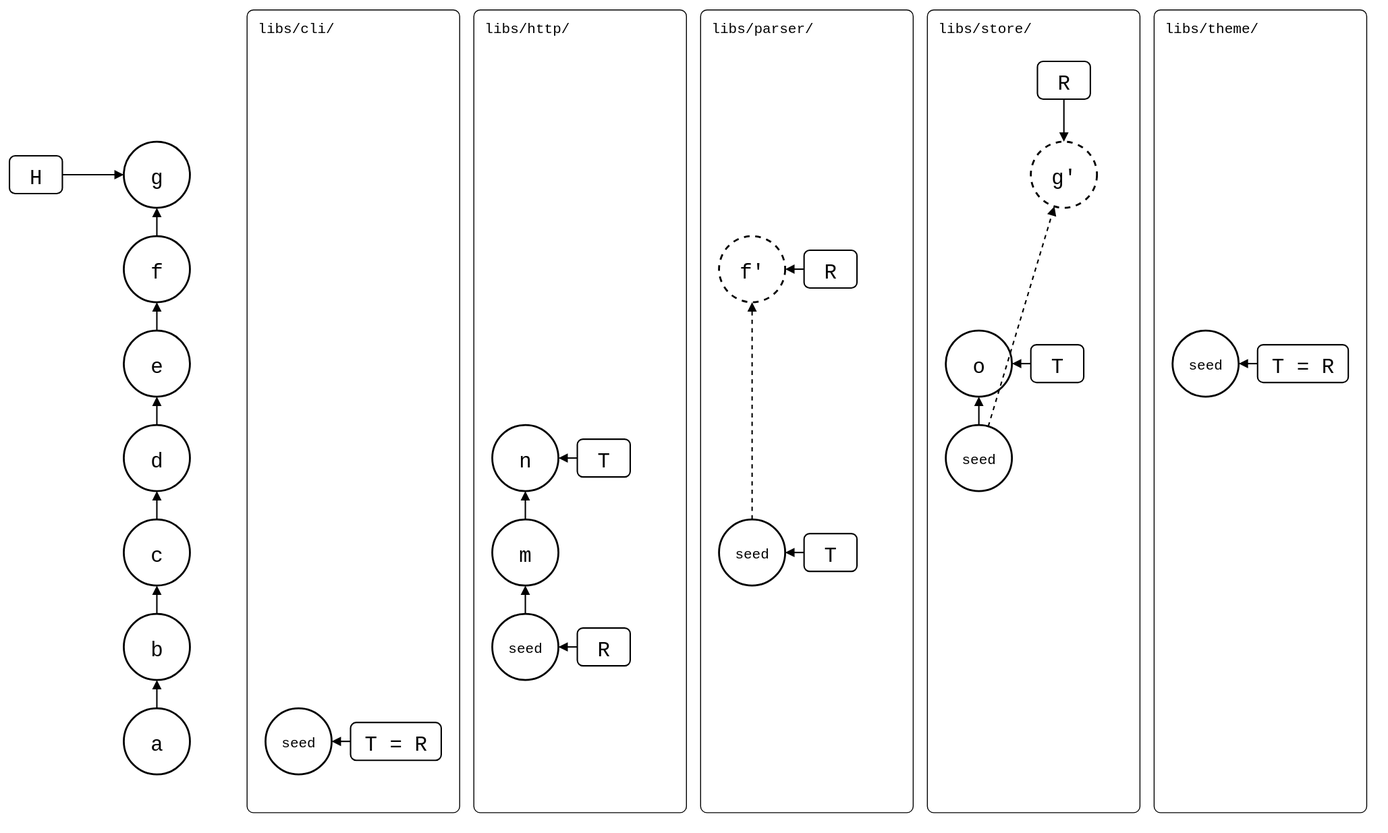
Before: test/scenarios/01-everyday-sync/03-many-splices/many-splices.drawio.svg, a diagram exported from draw.io (roschaefer/git-splice). Source tidied: cells renumbered, new cells last; positions are measured from the earlier drawing's top-left corner, leaving out a move shared by most shapes. Its diagram source:
```xml
<mxGraphModel background="#ffffff">
  <root>
    <mxCell id="0" />
    <mxCell id="1" parent="0" />
    <mxCell id="2" value="libs/cli/" style="rounded=1;arcSize=3;fillColor=none;strokeWidth=1;fontSize=15;verticalAlign=top;align=left;spacingLeft=10;spacingTop=4;fontFamily=Roboto Mono,monospace;" parent="1" vertex="1">
      <mxGeometry x="251" width="225" height="850" as="geometry" />
    </mxCell>
    <mxCell id="3" value="libs/http/" style="rounded=1;arcSize=3;fillColor=none;strokeWidth=1;fontSize=15;verticalAlign=top;align=left;spacingLeft=10;spacingTop=4;fontFamily=Roboto Mono,monospace;" parent="1" vertex="1">
      <mxGeometry x="491" width="225" height="850" as="geometry" />
    </mxCell>
    <mxCell id="4" value="libs/parser/" style="rounded=1;arcSize=3;fillColor=none;strokeWidth=1;fontSize=15;verticalAlign=top;align=left;spacingLeft=10;spacingTop=4;fontFamily=Roboto Mono,monospace;" parent="1" vertex="1">
      <mxGeometry x="731" width="225" height="850" as="geometry" />
    </mxCell>
    <mxCell id="5" value="libs/store/" style="rounded=1;arcSize=3;fillColor=none;strokeWidth=1;fontSize=15;verticalAlign=top;align=left;spacingLeft=10;spacingTop=4;fontFamily=Roboto Mono,monospace;" parent="1" vertex="1">
      <mxGeometry x="971" width="225" height="850" as="geometry" />
    </mxCell>
    <mxCell id="6" value="libs/theme/" style="rounded=1;arcSize=3;fillColor=none;strokeWidth=1;fontSize=15;verticalAlign=top;align=left;spacingLeft=10;spacingTop=4;fontFamily=Roboto Mono,monospace;" parent="1" vertex="1">
      <mxGeometry x="1211" width="225" height="850" as="geometry" />
    </mxCell>
    <mxCell id="7" value="a" style="ellipse;strokeWidth=2;fontSize=22;fontFamily=Roboto Mono,monospace;" parent="1" vertex="1">
      <mxGeometry x="121" y="740" width="70" height="70" as="geometry" />
    </mxCell>
    <mxCell id="8" value="b" style="ellipse;strokeWidth=2;fontSize=22;fontFamily=Roboto Mono,monospace;" parent="1" vertex="1">
      <mxGeometry x="121" y="640" width="70" height="70" as="geometry" />
    </mxCell>
    <mxCell id="9" value="c" style="ellipse;strokeWidth=2;fontSize=22;fontFamily=Roboto Mono,monospace;" parent="1" vertex="1">
      <mxGeometry x="121" y="540" width="70" height="70" as="geometry" />
    </mxCell>
    <mxCell id="10" value="d" style="ellipse;strokeWidth=2;fontSize=22;fontFamily=Roboto Mono,monospace;" parent="1" vertex="1">
      <mxGeometry x="121" y="440" width="70" height="70" as="geometry" />
    </mxCell>
    <mxCell id="11" value="e" style="ellipse;strokeWidth=2;fontSize=22;fontFamily=Roboto Mono,monospace;" parent="1" vertex="1">
      <mxGeometry x="121" y="340" width="70" height="70" as="geometry" />
    </mxCell>
    <mxCell id="12" value="f" style="ellipse;strokeWidth=2;fontSize=22;fontFamily=Roboto Mono,monospace;" parent="1" vertex="1">
      <mxGeometry x="121" y="240" width="70" height="70" as="geometry" />
    </mxCell>
    <mxCell id="13" value="g" style="ellipse;strokeWidth=2;fontSize=22;fontFamily=Roboto Mono,monospace;" parent="1" vertex="1">
      <mxGeometry x="121" y="140" width="70" height="70" as="geometry" />
    </mxCell>
    <mxCell id="14" value="H" style="rounded=1;strokeWidth=1.5;fontSize=22;fontFamily=Roboto Mono,monospace;" parent="1" vertex="1">
      <mxGeometry y="155" width="56" height="40" as="geometry" />
    </mxCell>
    <mxCell id="15" value="seed" style="ellipse;strokeWidth=2;fontSize=15;fontFamily=Roboto Mono,monospace;" parent="1" vertex="1">
      <mxGeometry x="271" y="740" width="70" height="70" as="geometry" />
    </mxCell>
    <mxCell id="16" value="T = R" style="rounded=1;strokeWidth=1.5;fontSize=22;fontFamily=Roboto Mono,monospace;" parent="1" vertex="1">
      <mxGeometry x="361" y="755" width="96" height="40" as="geometry" />
    </mxCell>
    <mxCell id="17" value="seed" style="ellipse;strokeWidth=2;fontSize=15;fontFamily=Roboto Mono,monospace;" parent="1" vertex="1">
      <mxGeometry x="511" y="640" width="70" height="70" as="geometry" />
    </mxCell>
    <mxCell id="18" value="m" style="ellipse;strokeWidth=2;fontSize=22;fontFamily=Roboto Mono,monospace;" parent="1" vertex="1">
      <mxGeometry x="511" y="540" width="70" height="70" as="geometry" />
    </mxCell>
    <mxCell id="19" value="n" style="ellipse;strokeWidth=2;fontSize=22;fontFamily=Roboto Mono,monospace;" parent="1" vertex="1">
      <mxGeometry x="511" y="440" width="70" height="70" as="geometry" />
    </mxCell>
    <mxCell id="20" value="R" style="rounded=1;strokeWidth=1.5;fontSize=22;fontFamily=Roboto Mono,monospace;" parent="1" vertex="1">
      <mxGeometry x="601" y="655" width="56" height="40" as="geometry" />
    </mxCell>
    <mxCell id="21" value="T" style="rounded=1;strokeWidth=1.5;fontSize=22;fontFamily=Roboto Mono,monospace;" parent="1" vertex="1">
      <mxGeometry x="601" y="455" width="56" height="40" as="geometry" />
    </mxCell>
    <mxCell id="22" value="seed" style="ellipse;strokeWidth=2;fontSize=15;fontFamily=Roboto Mono,monospace;" parent="1" vertex="1">
      <mxGeometry x="751" y="540" width="70" height="70" as="geometry" />
    </mxCell>
    <mxCell id="23" value="f'" style="ellipse;strokeWidth=2;fontSize=22;fontFamily=Roboto Mono,monospace;dashed=1;" parent="1" vertex="1">
      <mxGeometry x="751" y="240" width="70" height="70" as="geometry" />
    </mxCell>
    <mxCell id="24" value="T" style="rounded=1;strokeWidth=1.5;fontSize=22;fontFamily=Roboto Mono,monospace;" parent="1" vertex="1">
      <mxGeometry x="841" y="555" width="56" height="40" as="geometry" />
    </mxCell>
    <mxCell id="25" value="R" style="rounded=1;strokeWidth=1.5;fontSize=22;fontFamily=Roboto Mono,monospace;" parent="1" vertex="1">
      <mxGeometry x="841" y="255" width="56" height="40" as="geometry" />
    </mxCell>
    <mxCell id="26" value="seed" style="ellipse;strokeWidth=2;fontSize=15;fontFamily=Roboto Mono,monospace;" parent="1" vertex="1">
      <mxGeometry x="991" y="440" width="70" height="70" as="geometry" />
    </mxCell>
    <mxCell id="27" value="o" style="ellipse;strokeWidth=2;fontSize=22;fontFamily=Roboto Mono,monospace;" parent="1" vertex="1">
      <mxGeometry x="991" y="340" width="70" height="70" as="geometry" />
    </mxCell>
    <mxCell id="28" value="g'" style="ellipse;strokeWidth=2;fontSize=22;fontFamily=Roboto Mono,monospace;dashed=1;" parent="1" vertex="1">
      <mxGeometry x="1081" y="140" width="70" height="70" as="geometry" />
    </mxCell>
    <mxCell id="29" value="T" style="rounded=1;strokeWidth=1.5;fontSize=22;fontFamily=Roboto Mono,monospace;" parent="1" vertex="1">
      <mxGeometry x="1081" y="355" width="56" height="40" as="geometry" />
    </mxCell>
    <mxCell id="30" value="R" style="rounded=1;strokeWidth=1.5;fontSize=22;fontFamily=Roboto Mono,monospace;" parent="1" vertex="1">
      <mxGeometry x="1088" y="55" width="56" height="40" as="geometry" />
    </mxCell>
    <mxCell id="31" value="seed" style="ellipse;strokeWidth=2;fontSize=15;fontFamily=Roboto Mono,monospace;" parent="1" vertex="1">
      <mxGeometry x="1231" y="340" width="70" height="70" as="geometry" />
    </mxCell>
    <mxCell id="32" value="T = R" style="rounded=1;strokeWidth=1.5;fontSize=22;fontFamily=Roboto Mono,monospace;" parent="1" vertex="1">
      <mxGeometry x="1321" y="355" width="96" height="40" as="geometry" />
    </mxCell>
    <mxCell id="33" style="endArrow=block;endFill=1;html=1;strokeWidth=1.5;rounded=0;" parent="1" edge="1" source="7" target="8">
      <mxGeometry relative="1" as="geometry" />
    </mxCell>
    <mxCell id="34" style="endArrow=block;endFill=1;html=1;strokeWidth=1.5;rounded=0;" parent="1" edge="1" source="8" target="9">
      <mxGeometry relative="1" as="geometry" />
    </mxCell>
    <mxCell id="35" style="endArrow=block;endFill=1;html=1;strokeWidth=1.5;rounded=0;" parent="1" edge="1" source="9" target="10">
      <mxGeometry relative="1" as="geometry" />
    </mxCell>
    <mxCell id="36" style="endArrow=block;endFill=1;html=1;strokeWidth=1.5;rounded=0;" parent="1" edge="1" source="10" target="11">
      <mxGeometry relative="1" as="geometry" />
    </mxCell>
    <mxCell id="37" style="endArrow=block;endFill=1;html=1;strokeWidth=1.5;rounded=0;" parent="1" edge="1" source="11" target="12">
      <mxGeometry relative="1" as="geometry" />
    </mxCell>
    <mxCell id="38" style="endArrow=block;endFill=1;html=1;strokeWidth=1.5;rounded=0;" parent="1" edge="1" source="12" target="13">
      <mxGeometry relative="1" as="geometry" />
    </mxCell>
    <mxCell id="39" style="endArrow=block;endFill=1;html=1;strokeWidth=1.5;rounded=0;" parent="1" edge="1" source="14" target="13">
      <mxGeometry relative="1" as="geometry" />
    </mxCell>
    <mxCell id="40" style="endArrow=block;endFill=1;html=1;strokeWidth=1.5;rounded=0;" parent="1" edge="1" source="16" target="15">
      <mxGeometry relative="1" as="geometry" />
    </mxCell>
    <mxCell id="41" style="endArrow=block;endFill=1;html=1;strokeWidth=1.5;rounded=0;" parent="1" edge="1" source="17" target="18">
      <mxGeometry relative="1" as="geometry" />
    </mxCell>
    <mxCell id="42" style="endArrow=block;endFill=1;html=1;strokeWidth=1.5;rounded=0;" parent="1" edge="1" source="18" target="19">
      <mxGeometry relative="1" as="geometry" />
    </mxCell>
    <mxCell id="43" style="endArrow=block;endFill=1;html=1;strokeWidth=1.5;rounded=0;" parent="1" edge="1" source="20" target="17">
      <mxGeometry relative="1" as="geometry" />
    </mxCell>
    <mxCell id="44" style="endArrow=block;endFill=1;html=1;strokeWidth=1.5;rounded=0;" parent="1" edge="1" source="21" target="19">
      <mxGeometry relative="1" as="geometry" />
    </mxCell>
    <mxCell id="45" style="endArrow=block;endFill=1;html=1;strokeWidth=1.5;rounded=0;dashed=1;" parent="1" edge="1" source="22" target="23">
      <mxGeometry relative="1" as="geometry" />
    </mxCell>
    <mxCell id="46" style="endArrow=block;endFill=1;html=1;strokeWidth=1.5;rounded=0;" parent="1" edge="1" source="24" target="22">
      <mxGeometry relative="1" as="geometry" />
    </mxCell>
    <mxCell id="47" style="endArrow=block;endFill=1;html=1;strokeWidth=1.5;rounded=0;" parent="1" edge="1" source="25" target="23">
      <mxGeometry relative="1" as="geometry" />
    </mxCell>
    <mxCell id="48" style="endArrow=block;endFill=1;html=1;strokeWidth=1.5;rounded=0;" parent="1" edge="1" source="26" target="27">
      <mxGeometry relative="1" as="geometry" />
    </mxCell>
    <mxCell id="49" style="endArrow=block;endFill=1;html=1;strokeWidth=1.5;rounded=0;dashed=1;" parent="1" edge="1" source="26" target="28">
      <mxGeometry relative="1" as="geometry" />
    </mxCell>
    <mxCell id="50" style="endArrow=block;endFill=1;html=1;strokeWidth=1.5;rounded=0;" parent="1" edge="1" source="29" target="27">
      <mxGeometry relative="1" as="geometry" />
    </mxCell>
    <mxCell id="51" style="endArrow=block;endFill=1;html=1;strokeWidth=1.5;rounded=0;" parent="1" edge="1" source="30" target="28">
      <mxGeometry relative="1" as="geometry" />
    </mxCell>
    <mxCell id="52" style="endArrow=block;endFill=1;html=1;strokeWidth=1.5;rounded=0;" parent="1" edge="1" source="32" target="31">
      <mxGeometry relative="1" as="geometry" />
    </mxCell>
  </root>
</mxGraphModel>
```
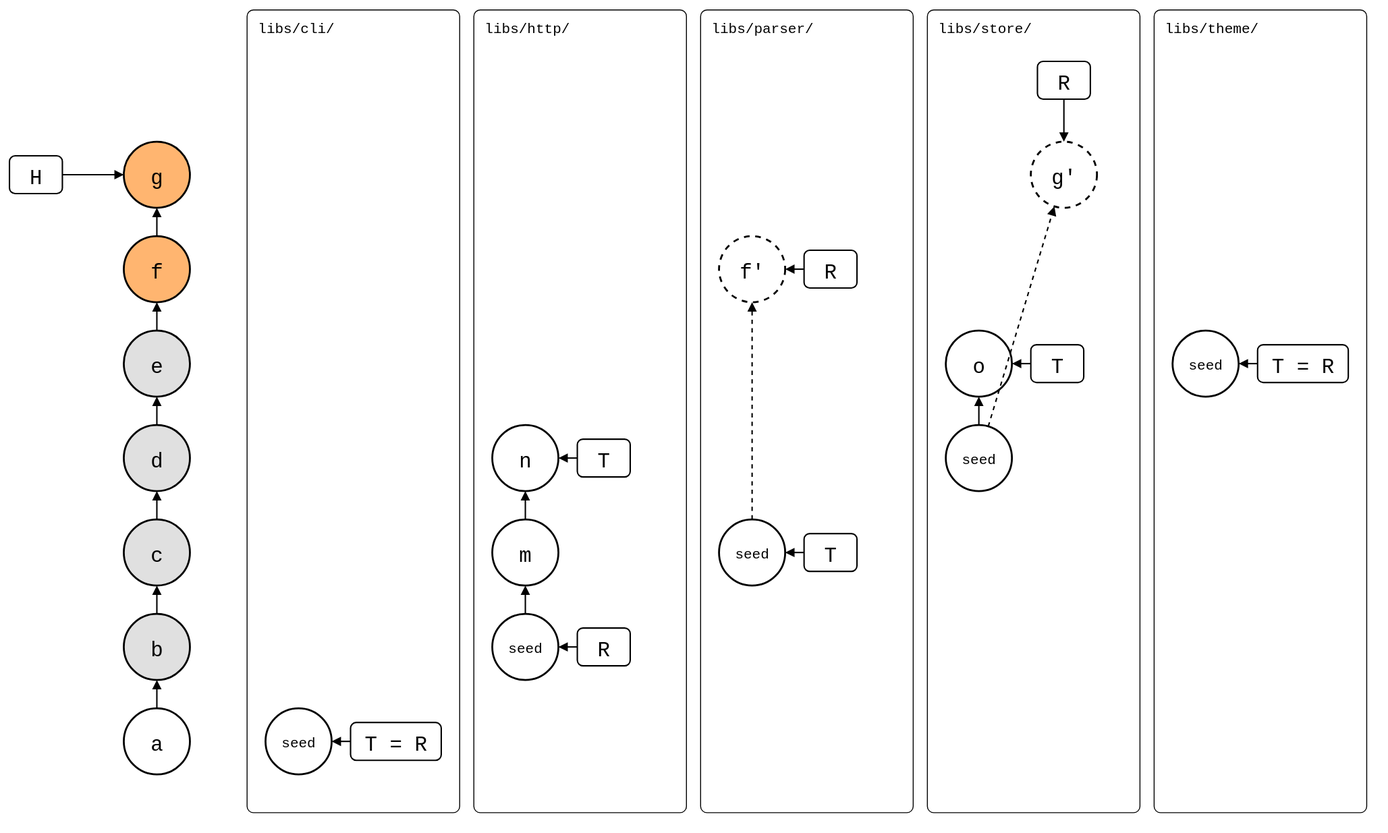
After the change.

Diff of the diagram source:
```diff
@@ -20,22 +20,22 @@
     <mxCell id="7" value="a" style="ellipse;strokeWidth=2;fontSize=22;fontFamily=Roboto Mono,monospace;" parent="1" vertex="1">
       <mxGeometry x="121" y="740" width="70" height="70" as="geometry" />
     </mxCell>
-    <mxCell id="8" value="b" style="ellipse;strokeWidth=2;fontSize=22;fontFamily=Roboto Mono,monospace;" parent="1" vertex="1">
+    <mxCell id="8" value="b" style="ellipse;strokeWidth=2;fontSize=22;fontFamily=Roboto Mono,monospace;fillColor=#E0E0E0;" parent="1" vertex="1">
       <mxGeometry x="121" y="640" width="70" height="70" as="geometry" />
     </mxCell>
-    <mxCell id="9" value="c" style="ellipse;strokeWidth=2;fontSize=22;fontFamily=Roboto Mono,monospace;" parent="1" vertex="1">
+    <mxCell id="9" value="c" style="ellipse;strokeWidth=2;fontSize=22;fontFamily=Roboto Mono,monospace;fillColor=#E0E0E0;" parent="1" vertex="1">
       <mxGeometry x="121" y="540" width="70" height="70" as="geometry" />
     </mxCell>
-    <mxCell id="10" value="d" style="ellipse;strokeWidth=2;fontSize=22;fontFamily=Roboto Mono,monospace;" parent="1" vertex="1">
+    <mxCell id="10" value="d" style="ellipse;strokeWidth=2;fontSize=22;fontFamily=Roboto Mono,monospace;fillColor=#E0E0E0;" parent="1" vertex="1">
       <mxGeometry x="121" y="440" width="70" height="70" as="geometry" />
     </mxCell>
-    <mxCell id="11" value="e" style="ellipse;strokeWidth=2;fontSize=22;fontFamily=Roboto Mono,monospace;" parent="1" vertex="1">
+    <mxCell id="11" value="e" style="ellipse;strokeWidth=2;fontSize=22;fontFamily=Roboto Mono,monospace;fillColor=#E0E0E0;" parent="1" vertex="1">
       <mxGeometry x="121" y="340" width="70" height="70" as="geometry" />
     </mxCell>
-    <mxCell id="12" value="f" style="ellipse;strokeWidth=2;fontSize=22;fontFamily=Roboto Mono,monospace;" parent="1" vertex="1">
+    <mxCell id="12" value="f" style="ellipse;strokeWidth=2;fontSize=22;fontFamily=Roboto Mono,monospace;fillColor=#FFB570;" parent="1" vertex="1">
       <mxGeometry x="121" y="240" width="70" height="70" as="geometry" />
     </mxCell>
-    <mxCell id="13" value="g" style="ellipse;strokeWidth=2;fontSize=22;fontFamily=Roboto Mono,monospace;" parent="1" vertex="1">
+    <mxCell id="13" value="g" style="ellipse;strokeWidth=2;fontSize=22;fontFamily=Roboto Mono,monospace;fillColor=#FFB570;" parent="1" vertex="1">
       <mxGeometry x="121" y="140" width="70" height="70" as="geometry" />
     </mxCell>
     <mxCell id="14" value="H" style="rounded=1;strokeWidth=1.5;fontSize=22;fontFamily=Roboto Mono,monospace;" parent="1" vertex="1">
```
